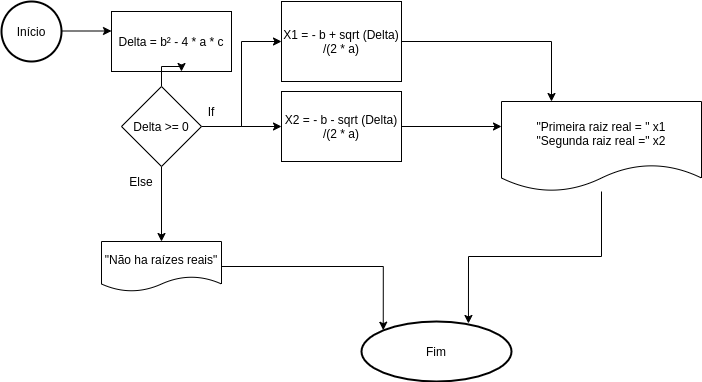
Lrlk/Trabalho-de-APC1 keeps this draw.io diagram as Trabalho_APC_1_(Questão 1).png. Above is the earlier version. Source tidied: cells renumbered, new cells last; positions are measured from the earlier drawing's top-left corner, leaving out a move shared by most shapes.
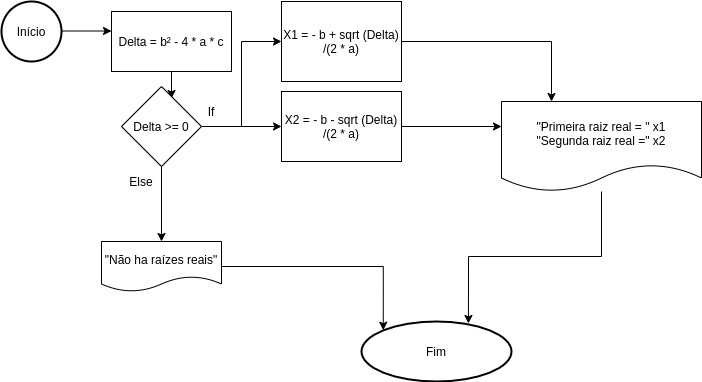
Above is the later version.

Change to the diagram source:
```diff
@@ -8,6 +8,9 @@
         <mxPoint x="110" y="29.5" as="targetPoint" />
       </mxGeometry>
     </mxCell>
+    <mxCell id="21" style="edgeStyle=orthogonalEdgeStyle;rounded=0;jettySize=auto;html=1;exitX=0.5;exitY=1;exitDx=0;exitDy=0;entryX=0.625;entryY=0.15;entryDx=0;entryDy=0;entryPerimeter=0;" parent="1" edge="1" source="3" target="12">
+      <mxGeometry relative="1" as="geometry" />
+    </mxCell>
     <mxCell id="3" value="Delta = b² - 4 * a * c" style="rounded=0;whiteSpace=wrap;html=1;" parent="1" vertex="1">
       <mxGeometry x="110" y="10" width="120" height="60" as="geometry" />
     </mxCell>
@@ -25,9 +28,6 @@
     <mxCell id="7" value="&lt;span&gt;X2 = - b - sqrt (Delta) /(2 * a)&lt;/span&gt;" style="rounded=0;whiteSpace=wrap;html=1;glass=0;" parent="1" vertex="1">
       <mxGeometry x="280" y="90" width="120" height="70" as="geometry" />
     </mxCell>
-    <mxCell id="8" style="edgeStyle=orthogonalEdgeStyle;rounded=0;jettySize=auto;html=1;entryX=0.583;entryY=1;entryDx=0;entryDy=0;entryPerimeter=0;" parent="1" edge="1" source="12" target="3">
-      <mxGeometry relative="1" as="geometry" />
-    </mxCell>
     <mxCell id="9" style="edgeStyle=orthogonalEdgeStyle;rounded=0;jettySize=auto;html=1;exitX=1;exitY=0.5;exitDx=0;exitDy=0;entryX=0;entryY=0.5;entryDx=0;entryDy=0;" parent="1" edge="1" source="12" target="7">
       <mxGeometry relative="1" as="geometry">
         <Array as="points">
```
